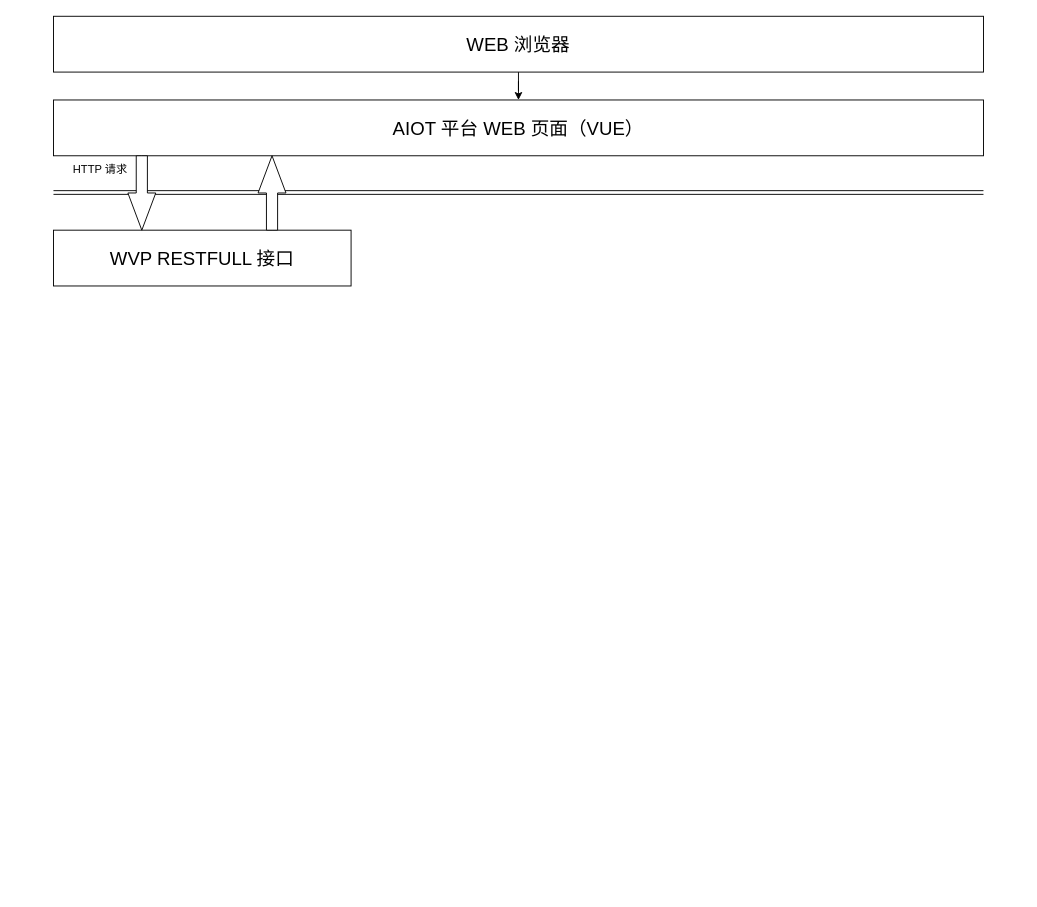
Before: 未命名绘图.drawio in kenllf/UML, a draw.io diagram. Source tidied: cells renumbered, new cells numbered last; positions are measured from the earlier drawing's top-left corner, leaving out a move shared by most shapes. Both pictures are drawn from the tidied source at 93%, with x=0, y=0 at pixel (53, 16).
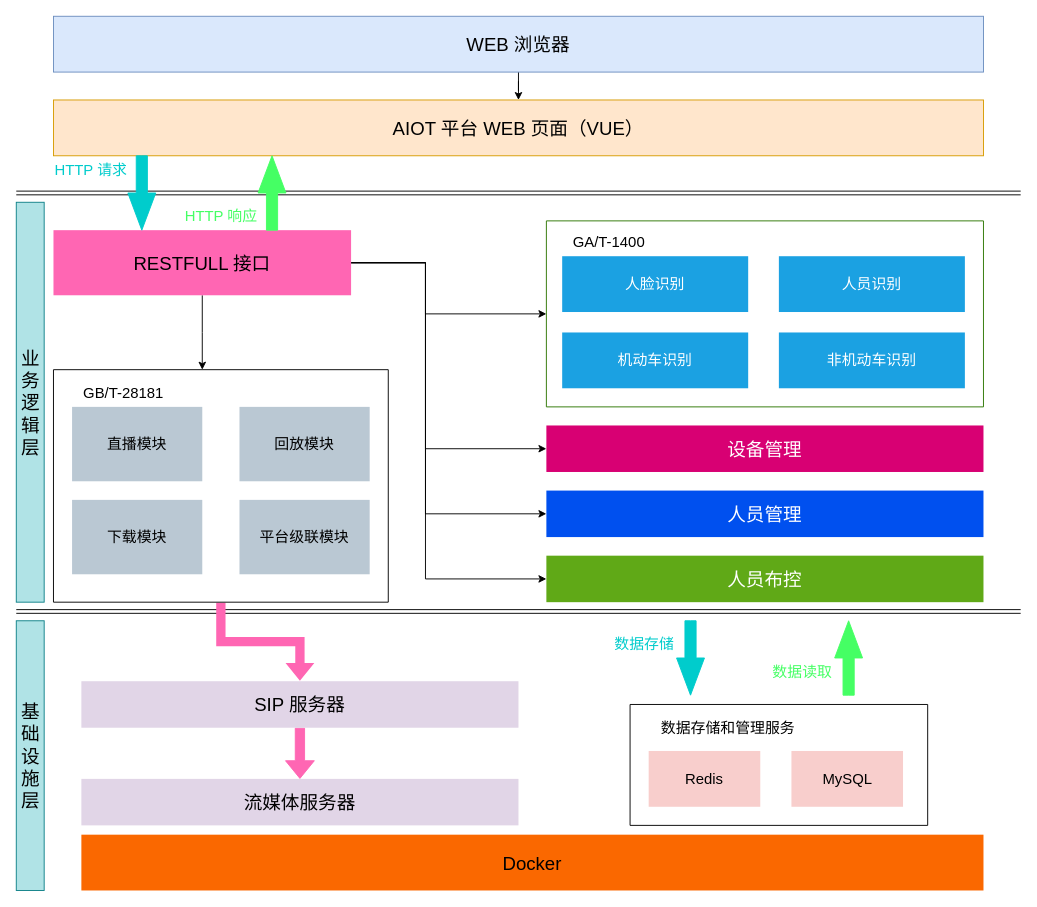
The same diagram, later.

Commit message:
更新未命名绘图.drawio

What changed in the source:
```diff
@@
-    <mxCell id="3" value="&lt;font style=&quot;font-size: 20px;&quot;&gt;WEB 浏览器&lt;/font&gt;" style="rounded=0;whiteSpace=wrap;html=1;" parent="1" vertex="1">
+    <mxCell id="3" value="&lt;font style=&quot;font-size: 20px;&quot;&gt;WEB 浏览器&lt;/font&gt;" style="rounded=0;whiteSpace=wrap;html=1;fillColor=#dae8fc;strokeColor=#6c8ebf;" parent="1" vertex="1">
       <mxGeometry width="1000" height="60" as="geometry" />
     </mxCell>
-    <mxCell id="4" value="&lt;font style=&quot;font-size: 20px;&quot;&gt;AIOT 平台 WEB 页面（VUE）&lt;/font&gt;" style="rounded=0;whiteSpace=wrap;html=1;" parent="1" vertex="1">
+    <mxCell id="4" value="&lt;font style=&quot;font-size: 20px;&quot;&gt;AIOT 平台 WEB 页面（VUE）&lt;/font&gt;" style="rounded=0;whiteSpace=wrap;html=1;fillColor=#ffe6cc;strokeColor=#d79b00;" parent="1" vertex="1">
       <mxGeometry y="90" width="1000" height="60" as="geometry" />
     </mxCell>
+    <mxCell id="10" style="edgeStyle=orthogonalEdgeStyle;rounded=0;jettySize=auto;html=1;entryX=0;entryY=0.5;entryDx=0;entryDy=0;" parent="1" edge="1" source="5" target="17">
+      <mxGeometry relative="1" as="geometry">
+        <Array as="points">
+          <mxPoint x="400" y="265" />
+          <mxPoint x="400" y="320" />
+        </Array>
+      </mxGeometry>
+    </mxCell>
+    <mxCell id="11" style="edgeStyle=orthogonalEdgeStyle;rounded=0;jettySize=auto;html=1;entryX=0;entryY=0.5;entryDx=0;entryDy=0;" parent="1" edge="1" source="5" target="23">
+      <mxGeometry relative="1" as="geometry">
+        <Array as="points">
+          <mxPoint x="400" y="265" />
+          <mxPoint x="400" y="605" />
+        </Array>
+      </mxGeometry>
+    </mxCell>
+    <mxCell id="12" style="edgeStyle=orthogonalEdgeStyle;rounded=0;jettySize=auto;html=1;entryX=0;entryY=0.5;entryDx=0;entryDy=0;" parent="1" edge="1" source="5" target="24">
+      <mxGeometry relative="1" as="geometry">
+        <Array as="points">
+          <mxPoint x="400" y="265" />
+          <mxPoint x="400" y="465" />
+        </Array>
+      </mxGeometry>
+    </mxCell>
+    <mxCell id="13" style="edgeStyle=orthogonalEdgeStyle;rounded=0;jettySize=auto;html=1;entryX=0;entryY=0.5;entryDx=0;entryDy=0;" parent="1" edge="1" source="5" target="25">
+      <mxGeometry relative="1" as="geometry">
+        <Array as="points">
+          <mxPoint x="400" y="265" />
+          <mxPoint x="400" y="535" />
+        </Array>
+      </mxGeometry>
+    </mxCell>
+    <mxCell id="14" style="edgeStyle=orthogonalEdgeStyle;rounded=0;jettySize=auto;html=1;" parent="1" edge="1" source="5">
+      <mxGeometry relative="1" as="geometry">
+        <mxPoint x="160" y="380" as="targetPoint" />
+      </mxGeometry>
+    </mxCell>
-    <mxCell id="5" value="&lt;font style=&quot;font-size: 20px;&quot;&gt;WVP RESTFULL 接口&lt;/font&gt;" style="rounded=0;whiteSpace=wrap;html=1;" parent="1" vertex="1">
-      <mxGeometry y="230" width="320" height="60" as="geometry" />
+    <mxCell id="5" value="&lt;font style=&quot;font-size: 20px;&quot;&gt;RESTFULL 接口&lt;/font&gt;" style="rounded=0;whiteSpace=wrap;html=1;strokeColor=none;fillColor=#FF66B3;" parent="1" vertex="1">
+      <mxGeometry y="230" width="320" height="70" as="geometry" />
     </mxCell>
     <mxCell id="6" style="shape=link;html=1;rounded=0;" parent="1" edge="1">
       <mxGeometry relative="1" as="geometry">
-        <mxPoint y="189.5" as="sourcePoint" />
-        <mxPoint x="1000" y="189.5" as="targetPoint" />
+        <mxPoint x="-40" y="190" as="sourcePoint" />
+        <mxPoint x="1040" y="190" as="targetPoint" />
       </mxGeometry>
     </mxCell>
-    <mxCell id="7" style="html=1;shadow=0;dashed=0;align=center;verticalAlign=middle;shape=mxgraph.arrows2.arrow;dy=0.6;dx=40;direction=south;notch=0;" parent="1" vertex="1">
+    <mxCell id="7" style="html=1;shadow=0;dashed=0;align=center;verticalAlign=middle;shape=mxgraph.arrows2.arrow;dy=0.6;dx=40;direction=south;notch=0;fontColor=#000000;strokeColor=#00CCCC;fillColor=#00CCCC;" parent="1" vertex="1">
       <mxGeometry x="80" y="150" width="30" height="80" as="geometry" />
     </mxCell>
-    <mxCell id="8" value="HTTP 请求" style="text;html=1;align=center;verticalAlign=middle;strokeColor=none;fillColor=none;" parent="1" vertex="1">
-      <mxGeometry x="10" y="150" width="80" height="30" as="geometry" />
+    <mxCell id="8" value="&lt;font style=&quot;font-size: 16px;&quot;&gt;HTTP 请求&lt;/font&gt;" style="text;html=1;align=center;verticalAlign=middle;strokeColor=none;fillColor=none;fontColor=#00CCCC;" parent="1" vertex="1">
+      <mxGeometry x="-10" y="150" width="100" height="30" as="geometry" />
     </mxCell>
-    <mxCell id="9" style="html=1;shadow=0;dashed=0;align=center;verticalAlign=middle;shape=mxgraph.arrows2.arrow;dy=0.6;dx=40;direction=north;notch=0;" parent="1" vertex="1">
+    <mxCell id="9" style="html=1;shadow=0;dashed=0;align=center;verticalAlign=middle;shape=mxgraph.arrows2.arrow;dy=0.6;dx=40;direction=north;notch=0;strokeColor=#45FF64;fillColor=#45FF64;" parent="1" vertex="1">
       <mxGeometry x="220" y="150" width="30" height="80" as="geometry" />
     </mxCell>
+    <mxCell id="15" value="&lt;font style=&quot;font-size: 16px;&quot;&gt;HTTP 响应&lt;/font&gt;" style="text;html=1;align=center;verticalAlign=middle;strokeColor=none;fillColor=none;fontColor=#45FF64;" parent="1" vertex="1">
+      <mxGeometry x="130" y="200" width="100" height="30" as="geometry" />
+    </mxCell>
+    <mxCell id="16" style="shape=link;html=1;rounded=0;" parent="1" edge="1">
+      <mxGeometry relative="1" as="geometry">
+        <mxPoint x="-40" y="640" as="sourcePoint" />
+        <mxPoint x="1040" y="640" as="targetPoint" />
+      </mxGeometry>
+    </mxCell>
+    <mxCell id="17" style="swimlane;startSize=0;fillColor=#60A917;fontColor=#ffffff;strokeColor=#2D7600;" parent="1" vertex="1">
+      <mxGeometry x="530" y="220" width="470" height="200" as="geometry" />
+    </mxCell>
+    <mxCell id="18" value="&lt;font style=&quot;font-size: 16px;&quot;&gt;人脸识别&lt;/font&gt;" style="whiteSpace=wrap;html=1;rounded=0;fillColor=#1ba1e2;fontColor=#ffffff;strokeColor=none;" parent="17" vertex="1">
+      <mxGeometry x="17" y="38" width="200" height="60" as="geometry" />
+    </mxCell>
+    <mxCell id="19" value="&lt;font style=&quot;font-size: 16px;&quot;&gt;人员识别&lt;/font&gt;" style="whiteSpace=wrap;html=1;rounded=0;fillColor=#1ba1e2;fontColor=#ffffff;strokeColor=none;" parent="17" vertex="1">
+      <mxGeometry x="250" y="38" width="200" height="60" as="geometry" />
+    </mxCell>
+    <mxCell id="20" value="&lt;font style=&quot;font-size: 16px;&quot;&gt;机动车识别&lt;/font&gt;" style="whiteSpace=wrap;html=1;rounded=0;fillColor=#1ba1e2;fontColor=#ffffff;strokeColor=none;" parent="17" vertex="1">
+      <mxGeometry x="17" y="120" width="200" height="60" as="geometry" />
+    </mxCell>
+    <mxCell id="21" value="&lt;font style=&quot;font-size: 16px;&quot;&gt;非机动车识别&lt;/font&gt;" style="whiteSpace=wrap;html=1;rounded=0;fillColor=#1ba1e2;fontColor=#ffffff;strokeColor=none;" parent="17" vertex="1">
+      <mxGeometry x="250" y="120" width="200" height="60" as="geometry" />
+    </mxCell>
+    <mxCell id="22" value="&lt;font style=&quot;font-size: 16px;&quot;&gt;GA/T-1400&lt;/font&gt;" style="text;html=1;align=center;verticalAlign=middle;strokeColor=none;fillColor=none;" parent="17" vertex="1">
+      <mxGeometry x="17" y="8" width="100" height="30" as="geometry" />
+    </mxCell>
+    <mxCell id="23" value="&lt;font style=&quot;font-size: 20px;&quot;&gt;人员布控&lt;/font&gt;" style="rounded=0;whiteSpace=wrap;html=1;fillColor=#60a917;fontColor=#ffffff;strokeColor=none;" parent="1" vertex="1">
+      <mxGeometry x="530" y="580" width="470" height="50" as="geometry" />
+    </mxCell>
+    <mxCell id="24" value="&lt;font style=&quot;font-size: 20px;&quot;&gt;设备管理&lt;/font&gt;" style="rounded=0;whiteSpace=wrap;html=1;fillColor=#d80073;fontColor=#ffffff;strokeColor=none;" parent="1" vertex="1">
+      <mxGeometry x="530" y="440" width="470" height="50" as="geometry" />
+    </mxCell>
+    <mxCell id="25" value="&lt;font style=&quot;font-size: 20px;&quot;&gt;人员管理&lt;/font&gt;" style="rounded=0;whiteSpace=wrap;html=1;fillColor=#0050ef;fontColor=#ffffff;strokeColor=none;" parent="1" vertex="1">
+      <mxGeometry x="530" y="510" width="470" height="50" as="geometry" />
+    </mxCell>
+    <mxCell id="26" value="业&lt;br&gt;务&lt;br&gt;逻&lt;br&gt;辑&lt;br&gt;层" style="html=1;perimeter=orthogonalPerimeter;targetShapes=umlLifeline;newEdgeStyle={&quot;edgeStyle&quot;:&quot;elbowEdgeStyle&quot;,&quot;elbow&quot;:&quot;vertical&quot;,&quot;curved&quot;:0,&quot;rounded&quot;:0};labelBorderColor=none;horizontal=1;fontSize=20;fillColor=#b0e3e6;strokeColor=#0e8088;" parent="1" vertex="1">
+      <mxGeometry x="-40" y="200" width="30" height="430" as="geometry" />
+    </mxCell>
+    <mxCell id="27" style="edgeStyle=orthogonalEdgeStyle;rounded=0;jettySize=auto;html=1;shape=flexArrow;strokeColor=none;fillColor=#FF66B3;" parent="1" edge="1" source="28" target="41">
+      <mxGeometry relative="1" as="geometry" />
+    </mxCell>
+    <mxCell id="28" style="swimlane;startSize=0;" parent="1" vertex="1">
+      <mxGeometry y="380" width="360" height="250" as="geometry" />
+    </mxCell>
+    <mxCell id="29" value="&lt;font style=&quot;font-size: 16px;&quot;&gt;GB/T-28181&lt;/font&gt;" style="text;html=1;align=center;verticalAlign=middle;strokeColor=none;fillColor=none;" parent="28" vertex="1">
+      <mxGeometry x="20" y="10" width="110" height="30" as="geometry" />
+    </mxCell>
+    <mxCell id="30" value="&lt;font style=&quot;font-size: 16px;&quot;&gt;直播模块&lt;/font&gt;" style="rounded=0;whiteSpace=wrap;html=1;fillColor=#bac8d3;strokeColor=none;" parent="28" vertex="1">
+      <mxGeometry x="20" y="40" width="140" height="80" as="geometry" />
+    </mxCell>
+    <mxCell id="31" value="&lt;font style=&quot;font-size: 16px;&quot;&gt;回放模块&lt;/font&gt;" style="rounded=0;whiteSpace=wrap;html=1;fillColor=#bac8d3;strokeColor=none;" parent="28" vertex="1">
+      <mxGeometry x="200" y="40" width="140" height="80" as="geometry" />
+    </mxCell>
+    <mxCell id="32" value="&lt;font style=&quot;font-size: 16px;&quot;&gt;下载模块&lt;/font&gt;" style="rounded=0;whiteSpace=wrap;html=1;fillColor=#bac8d3;strokeColor=none;" parent="28" vertex="1">
+      <mxGeometry x="20" y="140" width="140" height="80" as="geometry" />
+    </mxCell>
+    <mxCell id="33" value="&lt;font style=&quot;font-size: 16px;&quot;&gt;平台级联模块&lt;/font&gt;" style="rounded=0;whiteSpace=wrap;html=1;fillColor=#bac8d3;strokeColor=none;" parent="28" vertex="1">
+      <mxGeometry x="200" y="140" width="140" height="80" as="geometry" />
+    </mxCell>
+    <mxCell id="34" value="基&lt;br&gt;础&lt;br&gt;设&lt;br&gt;施&lt;br&gt;层" style="html=1;perimeter=orthogonalPerimeter;targetShapes=umlLifeline;newEdgeStyle={&quot;edgeStyle&quot;:&quot;elbowEdgeStyle&quot;,&quot;elbow&quot;:&quot;vertical&quot;,&quot;curved&quot;:0,&quot;rounded&quot;:0};labelBorderColor=none;horizontal=1;fontSize=20;fillColor=#b0e3e6;strokeColor=#0e8088;" parent="1" vertex="1">
+      <mxGeometry x="-40" y="650" width="30" height="290" as="geometry" />
+    </mxCell>
+    <mxCell id="35" style="swimlane;startSize=0;fillColor=#99FF99;" parent="1" vertex="1">
+      <mxGeometry x="620" y="740" width="320" height="130" as="geometry" />
+    </mxCell>
+    <mxCell id="36" value="&lt;font style=&quot;font-size: 16px;&quot;&gt;数据存储和管理服务&lt;/font&gt;" style="text;html=1;align=center;verticalAlign=middle;strokeColor=none;fillColor=none;" parent="35" vertex="1">
+      <mxGeometry x="20" y="10" width="170" height="30" as="geometry" />
+    </mxCell>
+    <mxCell id="37" value="&lt;font style=&quot;font-size: 16px;&quot;&gt;Redis&lt;/font&gt;" style="rounded=0;whiteSpace=wrap;html=1;fillColor=#f8cecc;strokeColor=none;" parent="35" vertex="1">
+      <mxGeometry x="20" y="50" width="120" height="60" as="geometry" />
+    </mxCell>
+    <mxCell id="38" value="&lt;span style=&quot;font-size: 16px;&quot;&gt;MySQL&lt;br&gt;&lt;/span&gt;" style="rounded=0;whiteSpace=wrap;html=1;fillColor=#f8cecc;strokeColor=none;" parent="35" vertex="1">
+      <mxGeometry x="173.5" y="50" width="120" height="60" as="geometry" />
+    </mxCell>
+    <mxCell id="39" value="&lt;font style=&quot;font-size: 20px;&quot;&gt;流媒体服务器&lt;/font&gt;" style="rounded=0;whiteSpace=wrap;html=1;fillColor=#e1d5e7;strokeColor=none;" parent="1" vertex="1">
+      <mxGeometry x="30" y="820" width="470" height="50" as="geometry" />
+    </mxCell>
+    <mxCell id="40" style="edgeStyle=orthogonalEdgeStyle;rounded=0;jettySize=auto;html=1;shape=flexArrow;strokeColor=#FF66B3;fillColor=#FF66B3;" parent="1" edge="1" source="41" target="39">
+      <mxGeometry relative="1" as="geometry" />
+    </mxCell>
+    <mxCell id="41" value="&lt;font style=&quot;font-size: 20px;&quot;&gt;SIP 服务器&lt;/font&gt;" style="rounded=0;whiteSpace=wrap;html=1;fillColor=#e1d5e7;strokeColor=none;" parent="1" vertex="1">
+      <mxGeometry x="30" y="715" width="470" height="50" as="geometry" />
+    </mxCell>
+    <mxCell id="42" style="html=1;shadow=0;dashed=0;align=center;verticalAlign=middle;shape=mxgraph.arrows2.arrow;dy=0.6;dx=40;direction=south;notch=0;fontColor=#000000;strokeColor=#00CCCC;fillColor=#00CCCC;" parent="1" vertex="1">
+      <mxGeometry x="670" y="650" width="30" height="80" as="geometry" />
+    </mxCell>
+    <mxCell id="43" value="&lt;font style=&quot;font-size: 16px;&quot;&gt;数据存储&lt;/font&gt;" style="text;html=1;align=center;verticalAlign=middle;strokeColor=none;fillColor=none;fontColor=#00CCCC;" parent="1" vertex="1">
+      <mxGeometry x="590" y="660" width="90" height="30" as="geometry" />
+    </mxCell>
+    <mxCell id="44" style="html=1;shadow=0;dashed=0;align=center;verticalAlign=middle;shape=mxgraph.arrows2.arrow;dy=0.6;dx=40;direction=north;notch=0;strokeColor=#45FF64;fillColor=#45FF64;" parent="1" vertex="1">
+      <mxGeometry x="840" y="650" width="30" height="80" as="geometry" />
+    </mxCell>
+    <mxCell id="45" value="&lt;font color=&quot;#45ff64&quot; style=&quot;font-size: 16px;&quot;&gt;数据读取&lt;/font&gt;" style="text;html=1;align=center;verticalAlign=middle;strokeColor=none;fillColor=none;" parent="1" vertex="1">
+      <mxGeometry x="760" y="690" width="90" height="30" as="geometry" />
+    </mxCell>
+    <mxCell id="46" value="&lt;font style=&quot;font-size: 20px;&quot;&gt;Docker&lt;/font&gt;" style="rounded=0;whiteSpace=wrap;html=1;fillColor=#fa6800;fontColor=#000000;strokeColor=none;" parent="1" vertex="1">
+      <mxGeometry x="30" y="880" width="970" height="60" as="geometry" />
+    </mxCell>
```
